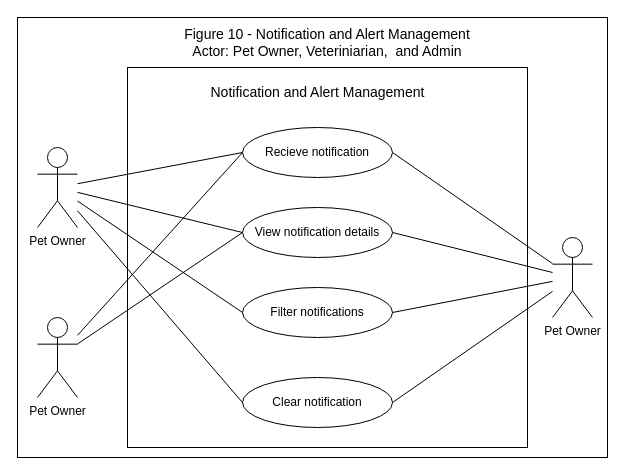
This is page "Page-10" (10 of 10) of USE-CASE_Diagram_Franco.drawio from Chels013/Breedr-Diagrams, a draw.io file, before an edit. Source tidied: cells renumbered, new cells numbered last; positions are measured from the earlier drawing's top-left corner, leaving out a move shared by most shapes. Both pictures are drawn from the tidied source at 100%, with x=0, y=0 at pixel (17, 17).
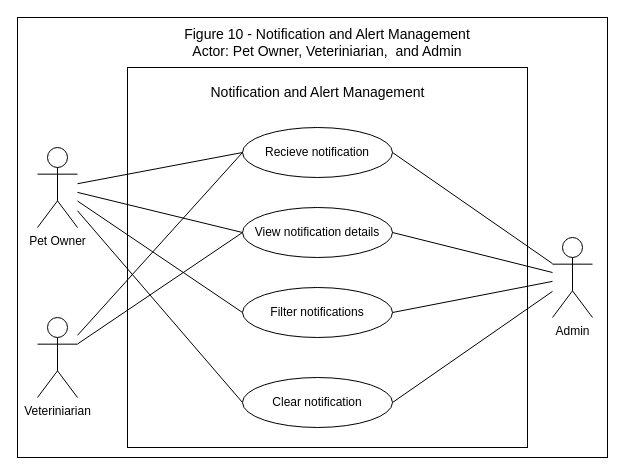
The same diagram, later.

Diff of the diagram source:
```diff
@@
-    <mxCell id="15" value="Pet Owner" style="shape=umlActor;verticalLabelPosition=bottom;verticalAlign=top;html=1;outlineConnect=0;" parent="1" vertex="1">
+    <mxCell id="15" value="Veteriniarian" style="shape=umlActor;verticalLabelPosition=bottom;verticalAlign=top;html=1;outlineConnect=0;" parent="1" vertex="1">
       <mxGeometry x="20" y="300" width="40" height="80" as="geometry" />
     </mxCell>
-    <mxCell id="16" value="Pet Owner" style="shape=umlActor;verticalLabelPosition=bottom;verticalAlign=top;html=1;outlineConnect=0;" parent="1" vertex="1">
+    <mxCell id="16" value="Admin&lt;div&gt;&lt;br&gt;&lt;/div&gt;" style="shape=umlActor;verticalLabelPosition=bottom;verticalAlign=top;html=1;outlineConnect=0;" parent="1" vertex="1">
       <mxGeometry x="535" y="220" width="40" height="80" as="geometry" />
     </mxCell>
```
